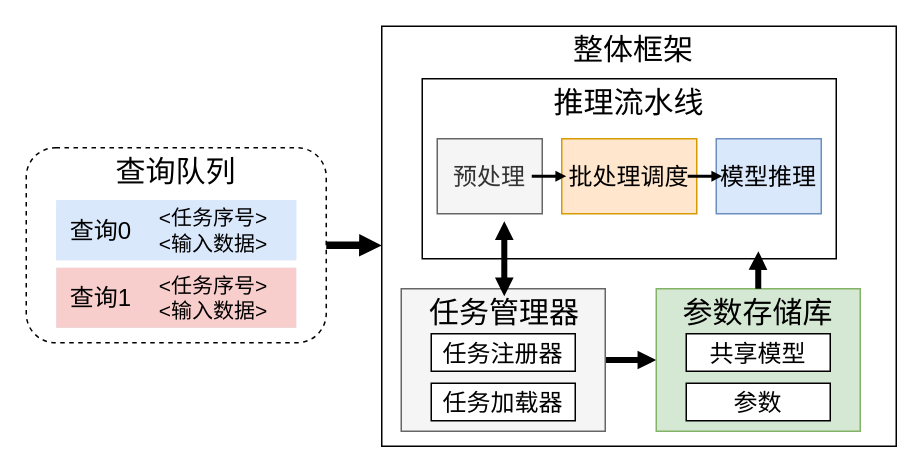
Above: 多任务查询.drawio in icszhr/zhr123nb.github.io (draw.io), before the change. Source tidied: cells renumbered, new cells numbered last; positions are measured from the earlier drawing's top-left corner, leaving out a move shared by most shapes. Both pictures are drawn from the tidied source at 150%, with x=0, y=0 at pixel (26, 26).
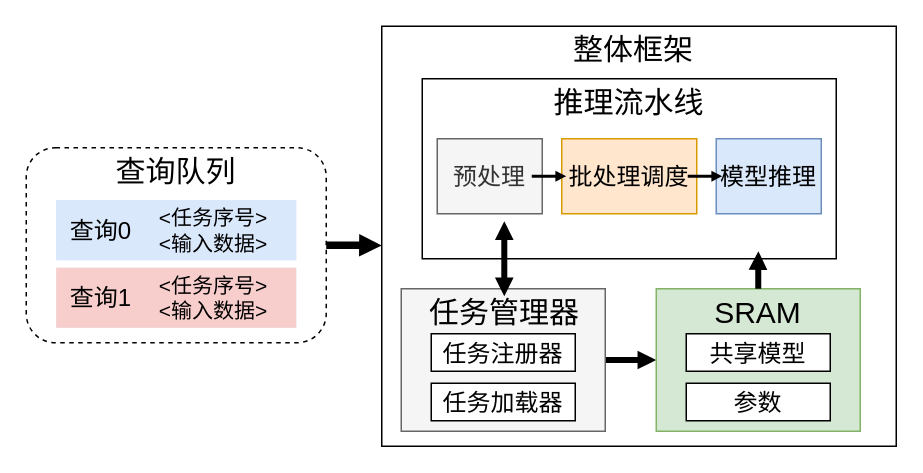
After the change.

Commit message:
更新多任务查询.drawio

What changed in the source:
```diff
@@
-    <mxCell id="22" value="&lt;font style=&quot;font-size: 20px;&quot;&gt;参数存储库&lt;/font&gt;" style="text;html=1;strokeColor=none;fillColor=none;align=center;verticalAlign=middle;whiteSpace=wrap;rounded=0;" parent="1" vertex="1">
+    <mxCell id="22" value="&lt;font style=&quot;font-size: 20px;&quot;&gt;SRAM&lt;/font&gt;" style="text;html=1;strokeColor=none;fillColor=none;align=center;verticalAlign=middle;whiteSpace=wrap;rounded=0;" parent="1" vertex="1">
       <mxGeometry x="433" y="175" width="110" height="30" as="geometry" />
     </mxCell>
```
